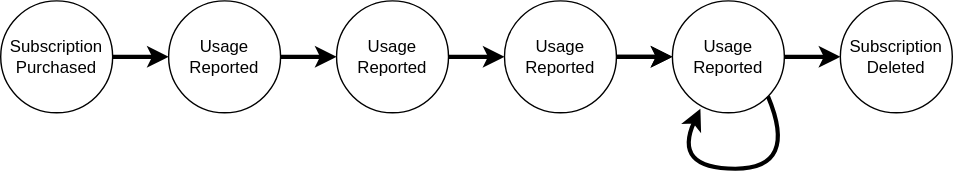
Above: src/docs/client-message-sequence.drawio.svg in microsoft/metered-billing-accelerator (draw.io), before the change. Source tidied: cells renumbered, new cells last; positions are measured from the earlier drawing's top-left corner, leaving out a move shared by most shapes.
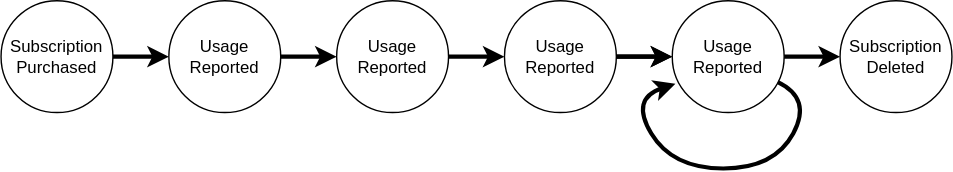
The same diagram one commit later.

The edit, as a diff of the source:
```diff
@@ -36,11 +36,13 @@
         <mxPoint x="440" y="40" as="sourcePoint" />
       </mxGeometry>
     </mxCell>
-    <mxCell id="12" style="curved=1;endArrow=classic;html=1;rounded=0;strokeWidth=3;exitX=1;exitY=1;exitDx=0;exitDy=0;entryX=0.25;entryY=0.963;entryDx=0;entryDy=0;entryPerimeter=0;" parent="1" edge="1" source="7" target="7">
+    <mxCell id="12" style="curved=1;endArrow=classic;html=1;rounded=0;strokeWidth=3;exitX=0.944;exitY=0.728;exitDx=0;exitDy=0;entryX=0.028;entryY=0.742;entryDx=0;entryDy=0;entryPerimeter=0;exitPerimeter=0;" parent="1" edge="1" source="7" target="7">
       <mxGeometry relative="1" as="geometry">
         <Array as="points">
-          <mxPoint x="570" y="120" />
+          <mxPoint x="580" y="70" />
+          <mxPoint x="553" y="120" />
           <mxPoint x="480" y="120" />
+          <mxPoint x="450" y="70" />
         </Array>
       </mxGeometry>
     </mxCell>
```
